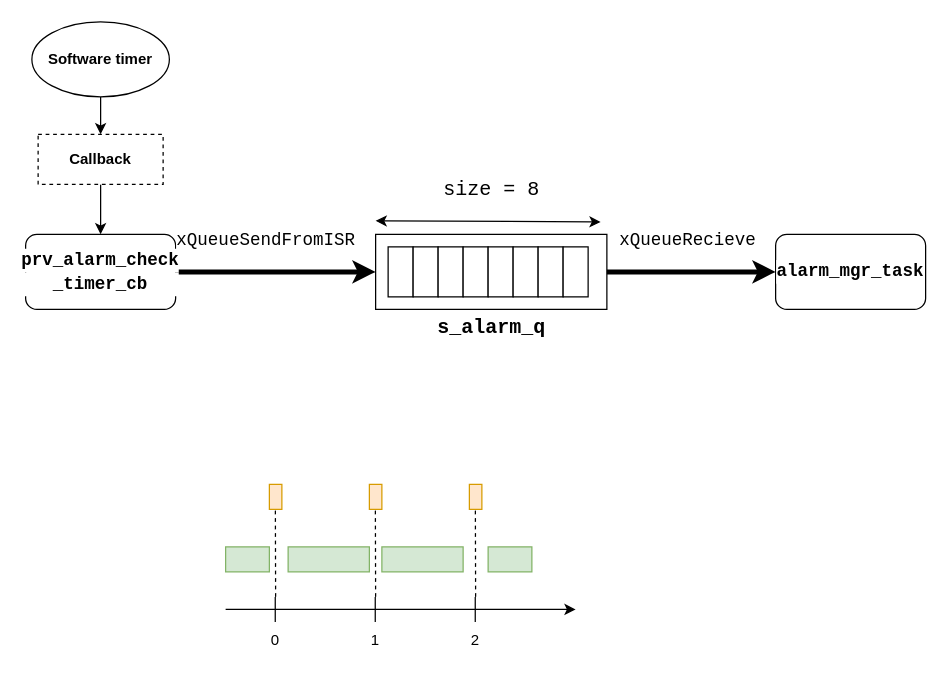
The draw.io diagram page "Software timer" (17 of 17) of UML.drawio in 106210049/CK_RTOS, before the edit. Source tidied: cells renumbered, new cells numbered last; positions are measured from the earlier drawing's top-left corner, leaving out a move shared by most shapes. Both pictures are drawn from the tidied source at 125%, with x=0, y=0 at pixel (25, 21).
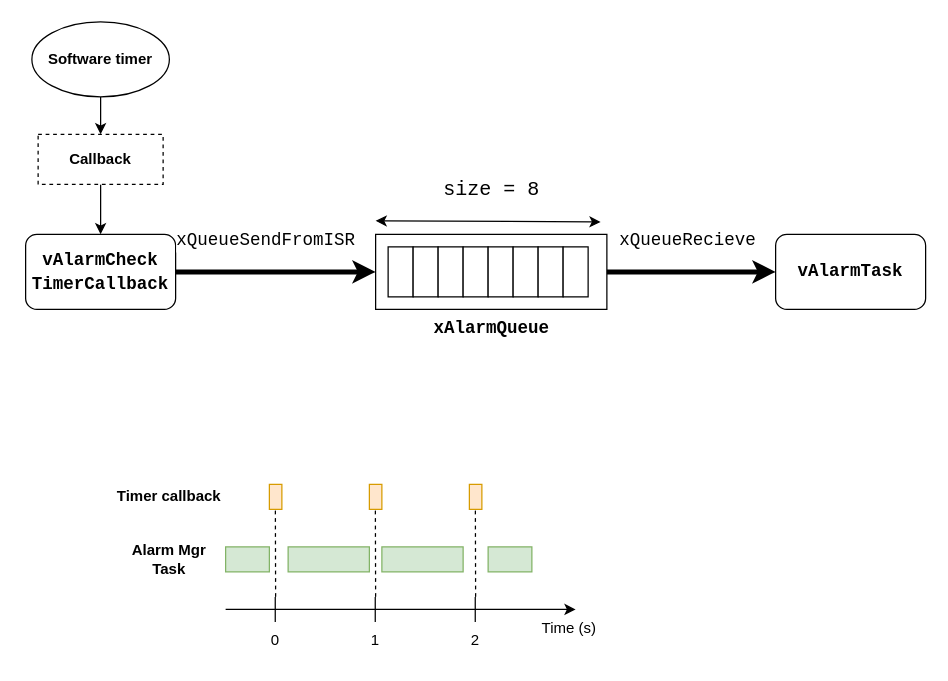
The same diagram, later.

Unchanged cells that the change refers to:
```xml
<mxCell id="4" style="group;" parent="1" vertex="1">
  <mxGeometry x="280" y="170" width="185" height="90" as="geometry" />
</mxCell>
```

What changed in the source:
```diff
@@
-    <mxCell id="3" value="&lt;div style=&quot;background-color: rgb(255, 255, 255); font-family: Consolas, &amp;quot;Courier New&amp;quot;, monospace; font-size: 14px; line-height: 19px; white-space: pre;&quot;&gt;&lt;font style=&quot;color: rgb(0, 0, 0);&quot;&gt;&lt;b&gt;prv_alarm_check&lt;/b&gt;&lt;/font&gt;&lt;/div&gt;&lt;div style=&quot;background-color: rgb(255, 255, 255); font-family: Consolas, &amp;quot;Courier New&amp;quot;, monospace; font-size: 14px; line-height: 19px; white-space: pre;&quot;&gt;&lt;font style=&quot;color: rgb(0, 0, 0);&quot;&gt;&lt;b&gt;_timer_cb&lt;/b&gt;&lt;/font&gt;&lt;/div&gt;" style="rounded=1;whiteSpace=wrap;html=1;" parent="1" vertex="1">
+    <mxCell id="3" value="&lt;div style=&quot;background-color: rgb(255, 255, 255); font-family: Consolas, &amp;quot;Courier New&amp;quot;, monospace; font-size: 14px; line-height: 19px; white-space: pre;&quot;&gt;&lt;div style=&quot;line-height: 19px;&quot;&gt;&lt;font style=&quot;color: rgb(0, 0, 0);&quot;&gt;&lt;b&gt;vAlarmCheck&lt;/b&gt;&lt;/font&gt;&lt;/div&gt;&lt;div style=&quot;line-height: 19px;&quot;&gt;&lt;font style=&quot;color: rgb(0, 0, 0);&quot;&gt;&lt;b&gt;TimerCallback&lt;/b&gt;&lt;/font&gt;&lt;/div&gt;&lt;/div&gt;" style="rounded=1;whiteSpace=wrap;html=1;" parent="1" vertex="1">
       <mxGeometry y="170" width="120" height="60" as="geometry" />
     </mxCell>
@@
-    <mxCell id="14" value="&lt;div style=&quot;background-color: rgb(255, 255, 255); font-family: Consolas, &amp;quot;Courier New&amp;quot;, monospace; line-height: 19px; white-space: pre;&quot;&gt;&lt;div style=&quot;line-height: 19px;&quot;&gt;&lt;div style=&quot;line-height: 19px;&quot;&gt;&lt;b style=&quot;&quot;&gt;&lt;font style=&quot;font-size: 16px;&quot;&gt;s_alarm_q&lt;/font&gt;&lt;/b&gt;&lt;/div&gt;&lt;/div&gt;&lt;/div&gt;" style="text;html=1;whiteSpace=wrap;strokeColor=none;fillColor=none;align=center;verticalAlign=middle;rounded=0;" parent="4" vertex="1">
+    <mxCell id="14" value="&lt;div style=&quot;background-color: rgb(255, 255, 255); font-family: Consolas, &amp;quot;Courier New&amp;quot;, monospace; line-height: 19px; white-space: pre;&quot;&gt;&lt;div style=&quot;line-height: 19px;&quot;&gt;&lt;div style=&quot;line-height: 19px;&quot;&gt;&lt;div style=&quot;font-size: 14px; line-height: 19px;&quot;&gt;&lt;font style=&quot;color: rgb(0, 0, 0);&quot;&gt;&lt;b&gt;xAlarmQueue&lt;/b&gt;&lt;/font&gt;&lt;/div&gt;&lt;/div&gt;&lt;/div&gt;&lt;/div&gt;" style="text;html=1;whiteSpace=wrap;strokeColor=none;fillColor=none;align=center;verticalAlign=middle;rounded=0;" parent="4" vertex="1">
       <mxGeometry x="8.8" y="60" width="167.5" height="30" as="geometry" />
     </mxCell>
-    <mxCell id="15" value="&lt;div style=&quot;background-color: rgb(255, 255, 255); font-family: Consolas, &amp;quot;Courier New&amp;quot;, monospace; font-size: 14px; line-height: 19px; white-space: pre;&quot;&gt;&lt;div style=&quot;line-height: 19px;&quot;&gt;&lt;font style=&quot;color: rgb(0, 0, 0);&quot;&gt;&lt;b&gt;alarm_mgr_task&lt;/b&gt;&lt;/font&gt;&lt;/div&gt;&lt;/div&gt;" style="rounded=1;whiteSpace=wrap;html=1;" parent="1" vertex="1">
+    <mxCell id="15" value="&lt;div style=&quot;background-color: rgb(255, 255, 255); font-family: Consolas, &amp;quot;Courier New&amp;quot;, monospace; font-size: 14px; line-height: 19px; white-space: pre;&quot;&gt;&lt;div style=&quot;line-height: 19px;&quot;&gt;&lt;b&gt;vAlarmTask&lt;/b&gt;&lt;/div&gt;&lt;/div&gt;" style="rounded=1;whiteSpace=wrap;html=1;" parent="1" vertex="1">
       <mxGeometry x="600" y="170" width="120" height="60" as="geometry" />
     </mxCell>
@@
+    <mxCell id="42" value="&lt;b&gt;Timer callback&lt;/b&gt;" style="text;html=1;whiteSpace=wrap;strokeColor=none;fillColor=none;align=center;verticalAlign=middle;rounded=0;" parent="1" vertex="1">
+      <mxGeometry x="70" y="365" width="90" height="30" as="geometry" />
+    </mxCell>
+    <mxCell id="43" value="&lt;b&gt;Alarm Mgr Task&lt;/b&gt;" style="text;html=1;whiteSpace=wrap;strokeColor=none;fillColor=none;align=center;verticalAlign=middle;rounded=0;" parent="1" vertex="1">
+      <mxGeometry x="70" y="415" width="90" height="30" as="geometry" />
+    </mxCell>
+    <mxCell id="44" value="Time (s)" style="text;html=1;whiteSpace=wrap;strokeColor=none;fillColor=none;align=center;verticalAlign=middle;rounded=0;" parent="1" vertex="1">
+      <mxGeometry x="405" y="470" width="60" height="30" as="geometry" />
+    </mxCell>
```
